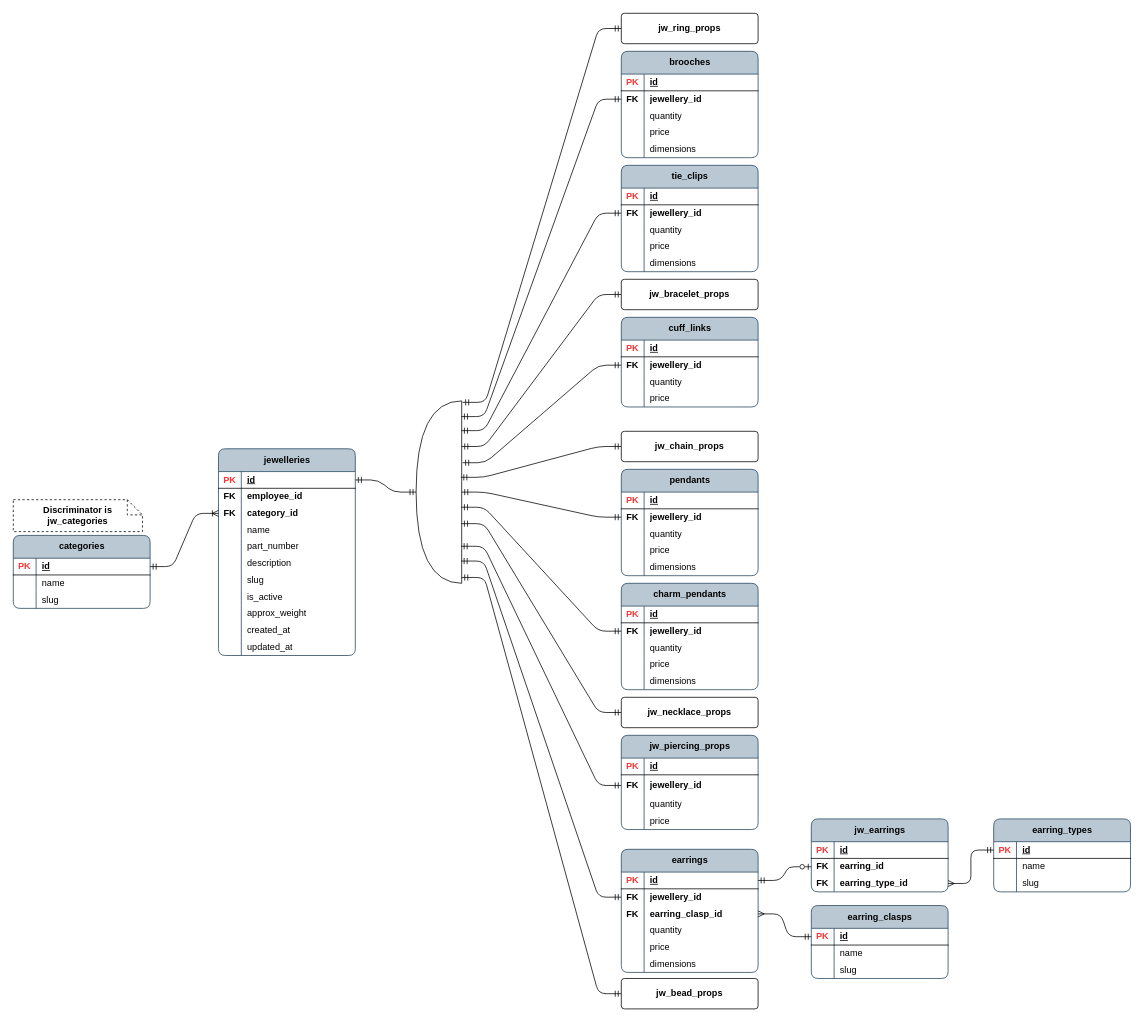
Above: page "psql_jewellery" (1 of 13) of publisher/laravel-app/psql_jewellery_items.drawio in Local-development-environment/msg-brokers-publisher-consumer (draw.io), before the change. Source tidied: cells renumbered, new cells numbered last; positions are measured from the earlier drawing's top-left corner, leaving out a move shared by most shapes. Both pictures are drawn from the tidied source at 76%, with x=0, y=0 at pixel (13, 13).
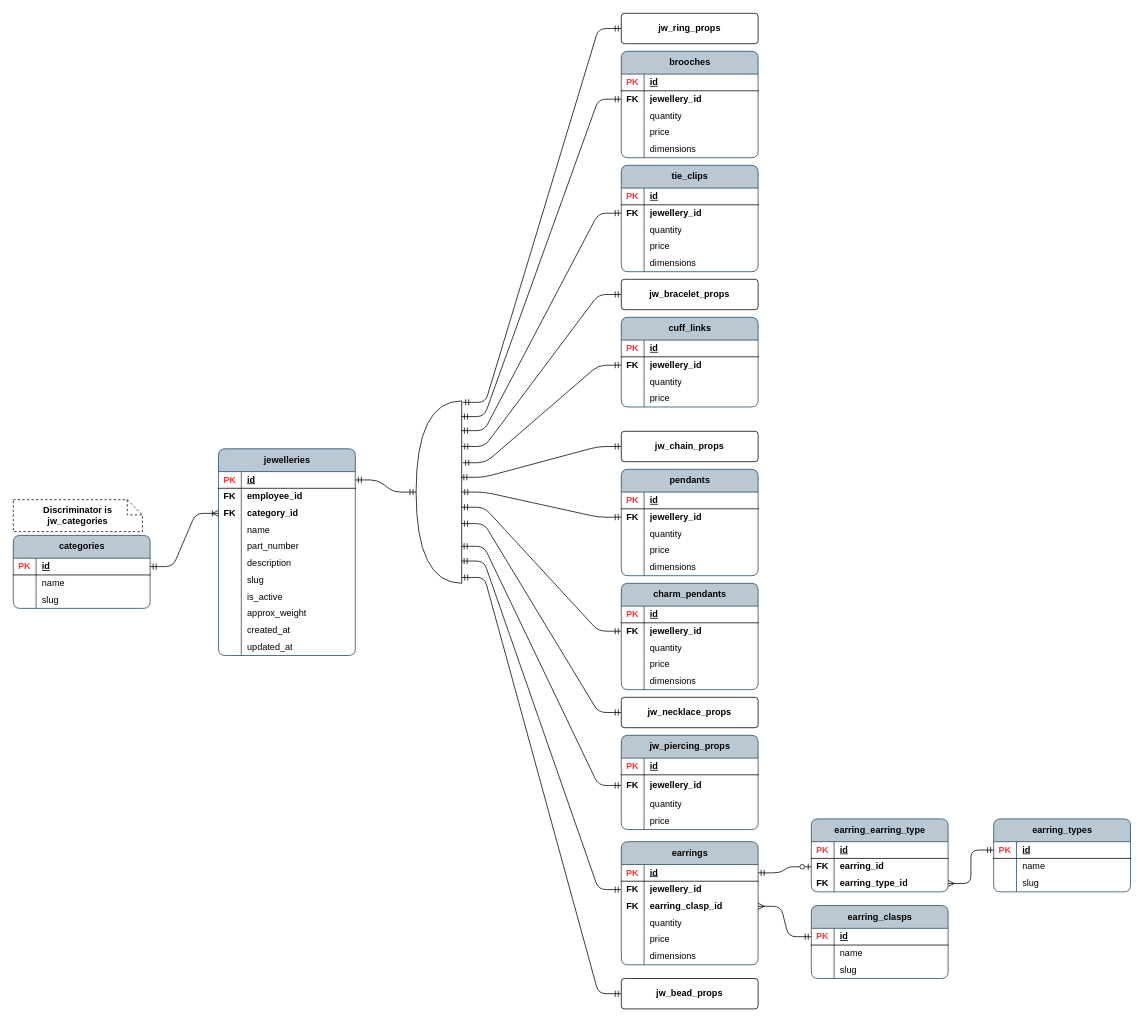
The same page after the edit.

Change to the diagram source:
```diff
@@
     <mxCell id="155" value="earrings" style="shape=table;startSize=30;childLayout=tableLayout;rowLines=0;fontStyle=1;align=center;html=1;rounded=1;swimlaneFillColor=none;fillColor=#bac8d3;strokeColor=#23445d;columnLines=1;arcSize=10;" parent="1" vertex="1">
-      <mxGeometry x="800" y="1100" width="180" height="162" as="geometry" />
+      <mxGeometry x="800" y="1090" width="180" height="162" as="geometry" />
     </mxCell>
@@
-    <mxCell id="178" value="jw_earrings" style="shape=table;startSize=30;childLayout=tableLayout;rowLines=0;fontStyle=1;align=center;html=1;rounded=1;swimlaneFillColor=none;fillColor=#bac8d3;strokeColor=#23445d;columnLines=1;arcSize=10;" parent="1" vertex="1">
+    <mxCell id="178" value="earring_earring_type" style="shape=table;startSize=30;childLayout=tableLayout;rowLines=0;fontStyle=1;align=center;html=1;rounded=1;swimlaneFillColor=none;fillColor=#bac8d3;strokeColor=#23445d;columnLines=1;arcSize=10;" parent="1" vertex="1">
       <mxGeometry x="1050" y="1060" width="180" height="96" as="geometry" />
     </mxCell>
```
